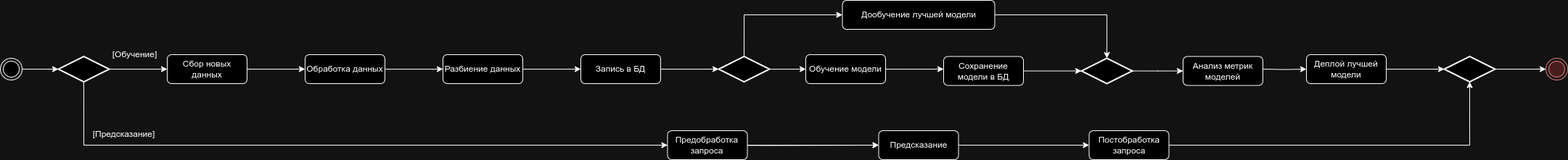
The draw.io diagram arch_lab_2/actions.png in comiam/emotion-detector, before a commit. Source tidied: cells renumbered, new cells last; positions are measured from the earlier drawing's top-left corner, leaving out a move shared by most shapes.
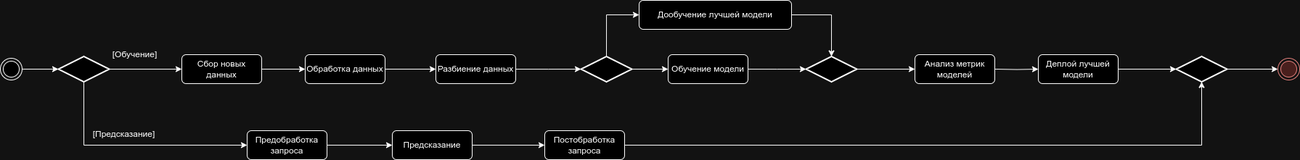
The same file after the commit.

The edit, as a diff of the source:
```diff
@@ -9,7 +9,7 @@
       <mxGeometry y="80" width="30" height="30" as="geometry" />
     </mxCell>
     <mxCell id="4" style="ellipse;html=1;shape=endState;fillColor=#f8cecc;strokeColor=#b85450;" parent="1" vertex="1">
-      <mxGeometry x="2130" y="80" width="30" height="30" as="geometry" />
+      <mxGeometry x="1760" y="80" width="30" height="30" as="geometry" />
     </mxCell>
     <mxCell id="5" style="edgeStyle=orthogonalEdgeStyle;rounded=0;jettySize=auto;html=1;entryX=0;entryY=0.5;entryDx=0;entryDy=0;" parent="1" edge="1" source="7" target="10">
       <mxGeometry relative="1" as="geometry" />
@@ -31,7 +31,7 @@
       <mxGeometry relative="1" as="geometry" />
     </mxCell>
     <mxCell id="10" value="Сбор новых данных" style="rounded=1;whiteSpace=wrap;html=1;" parent="1" vertex="1">
-      <mxGeometry x="230" y="75" width="110" height="40" as="geometry" />
+      <mxGeometry x="250" y="75" width="110" height="40" as="geometry" />
     </mxCell>
     <mxCell id="11" style="edgeStyle=orthogonalEdgeStyle;rounded=0;jettySize=auto;html=1;entryX=0;entryY=0.5;entryDx=0;entryDy=0;" parent="1" edge="1" source="12" target="36">
       <mxGeometry relative="1" as="geometry" />
@@ -39,12 +39,6 @@
     <mxCell id="12" value="Обработка данных" style="rounded=1;whiteSpace=wrap;html=1;" parent="1" vertex="1">
       <mxGeometry x="420" y="75" width="110" height="40" as="geometry" />
     </mxCell>
-    <mxCell id="13" style="edgeStyle=orthogonalEdgeStyle;rounded=0;jettySize=auto;html=1;entryX=0;entryY=0.5;entryDx=0;entryDy=0;entryPerimeter=0;" parent="1" edge="1" source="14" target="17">
-      <mxGeometry relative="1" as="geometry" />
-    </mxCell>
-    <mxCell id="14" value="Запись в БД" style="rounded=1;whiteSpace=wrap;html=1;" parent="1" vertex="1">
-      <mxGeometry x="800" y="75" width="110" height="40" as="geometry" />
-    </mxCell>
     <mxCell id="15" style="edgeStyle=orthogonalEdgeStyle;rounded=0;jettySize=auto;html=1;exitX=1;exitY=0.5;exitDx=0;exitDy=0;exitPerimeter=0;entryX=0;entryY=0.5;entryDx=0;entryDy=0;" parent="1" edge="1" source="17" target="18">
       <mxGeometry relative="1" as="geometry" />
     </mxCell>
@@ -52,46 +46,33 @@
       <mxGeometry relative="1" as="geometry" />
     </mxCell>
     <mxCell id="17" style="strokeWidth=2;html=1;shape=mxgraph.flowchart.decision;whiteSpace=wrap;" parent="1" vertex="1">
-      <mxGeometry x="990" y="77.5" width="70" height="35" as="geometry" />
+      <mxGeometry x="800" y="77.5" width="70" height="35" as="geometry" />
     </mxCell>
     <mxCell id="18" value="Обучение модели" style="rounded=1;whiteSpace=wrap;html=1;" parent="1" vertex="1">
-      <mxGeometry x="1110" y="75" width="110" height="40" as="geometry" />
+      <mxGeometry x="920" y="75" width="110" height="40" as="geometry" />
     </mxCell>
     <mxCell id="19" style="edgeStyle=orthogonalEdgeStyle;rounded=0;jettySize=auto;html=1;exitX=1;exitY=0.5;exitDx=0;exitDy=0;entryX=0;entryY=0.5;entryDx=0;entryDy=0;" parent="1" edge="1" source="18">
       <mxGeometry relative="1" as="geometry">
-        <mxPoint x="1300" y="95" as="targetPoint" />
+        <mxPoint x="1110" y="95" as="targetPoint" />
       </mxGeometry>
     </mxCell>
     <mxCell id="20" style="edgeStyle=orthogonalEdgeStyle;rounded=0;jettySize=auto;html=1;exitX=1;exitY=0.5;exitDx=0;exitDy=0;entryX=0.5;entryY=0;entryDx=0;entryDy=0;entryPerimeter=0;" parent="1" edge="1" source="21" target="37">
       <mxGeometry relative="1" as="geometry" />
     </mxCell>
     <mxCell id="21" value="Дообучение лучшей модели" style="rounded=1;whiteSpace=wrap;html=1;" parent="1" vertex="1">
-      <mxGeometry x="1160.5" width="210" height="40" as="geometry" />
+      <mxGeometry x="880" width="210" height="40" as="geometry" />
     </mxCell>
-    <mxCell id="22" style="edgeStyle=orthogonalEdgeStyle;rounded=0;jettySize=auto;html=1;exitX=1;exitY=0.5;exitDx=0;exitDy=0;entryX=0;entryY=0.5;entryDx=0;entryDy=0;" parent="1" edge="1" source="37" target="40">
-      <mxGeometry relative="1" as="geometry">
-        <Array as="points">
-          <mxPoint x="1595" y="98" />
-          <mxPoint x="1630" y="98" />
-        </Array>
-      </mxGeometry>
-    </mxCell>
-    <mxCell id="23" style="edgeStyle=orthogonalEdgeStyle;rounded=0;jettySize=auto;html=1;" parent="1" edge="1" target="32">
-      <mxGeometry relative="1" as="geometry">
-        <mxPoint x="910" y="200" as="sourcePoint" />
-      </mxGeometry>
-    </mxCell>
     <mxCell id="24" style="edgeStyle=orthogonalEdgeStyle;rounded=0;jettySize=auto;html=1;entryX=0;entryY=0.5;entryDx=0;entryDy=0;" parent="1" edge="1" source="25" target="32">
       <mxGeometry relative="1" as="geometry" />
     </mxCell>
     <mxCell id="25" value="Предобработка запроса" style="rounded=1;whiteSpace=wrap;html=1;" parent="1" vertex="1">
-      <mxGeometry x="919.5" y="180" width="110" height="40" as="geometry" />
+      <mxGeometry x="340" y="180" width="110" height="40" as="geometry" />
     </mxCell>
     <mxCell id="26" style="edgeStyle=orthogonalEdgeStyle;rounded=0;jettySize=auto;html=1;entryX=0;entryY=0.5;entryDx=0;entryDy=0;" parent="1" edge="1" source="27" target="4">
       <mxGeometry relative="1" as="geometry" />
     </mxCell>
     <mxCell id="27" style="strokeWidth=2;html=1;shape=mxgraph.flowchart.decision;whiteSpace=wrap;" parent="1" vertex="1">
-      <mxGeometry x="1990" y="77.5" width="70" height="35" as="geometry" />
+      <mxGeometry x="1620" y="77.5" width="70" height="35" as="geometry" />
     </mxCell>
     <mxCell id="28" value="[Предсказание]" style="text;html=1;align=center;verticalAlign=middle;strokeColor=none;fillColor=none;" parent="1" vertex="1">
       <mxGeometry x="115" y="170" width="110" height="30" as="geometry" />
@@ -100,45 +81,44 @@
       <mxGeometry relative="1" as="geometry" />
     </mxCell>
     <mxCell id="30" value="Деплой лучшей модели" style="rounded=1;whiteSpace=wrap;html=1;" parent="1" vertex="1">
-      <mxGeometry x="1800" y="75" width="110" height="40" as="geometry" />
+      <mxGeometry x="1430" y="75" width="110" height="40" as="geometry" />
     </mxCell>
     <mxCell id="31" style="edgeStyle=orthogonalEdgeStyle;rounded=0;jettySize=auto;html=1;exitX=1;exitY=0.5;exitDx=0;exitDy=0;" parent="1" edge="1" source="32" target="34">
       <mxGeometry relative="1" as="geometry" />
     </mxCell>
     <mxCell id="32" value="Предсказание" style="rounded=1;whiteSpace=wrap;html=1;" parent="1" vertex="1">
-      <mxGeometry x="1210.5" y="180" width="110" height="40" as="geometry" />
+      <mxGeometry x="540" y="180" width="110" height="40" as="geometry" />
     </mxCell>
     <mxCell id="33" style="edgeStyle=orthogonalEdgeStyle;rounded=0;jettySize=auto;html=1;entryX=0.5;entryY=1;entryDx=0;entryDy=0;entryPerimeter=0;" parent="1" edge="1" source="34" target="27">
       <mxGeometry relative="1" as="geometry" />
     </mxCell>
     <mxCell id="34" value="Постобработка запроса" style="rounded=1;whiteSpace=wrap;html=1;" parent="1" vertex="1">
-      <mxGeometry x="1500.5" y="180" width="110" height="40" as="geometry" />
+      <mxGeometry x="750" y="180" width="110" height="40" as="geometry" />
     </mxCell>
-    <mxCell id="35" style="edgeStyle=orthogonalEdgeStyle;rounded=0;jettySize=auto;html=1;entryX=0;entryY=0.5;entryDx=0;entryDy=0;" parent="1" edge="1" source="36" target="14">
-      <mxGeometry relative="1" as="geometry" />
+    <mxCell id="35" style="edgeStyle=orthogonalEdgeStyle;rounded=0;jettySize=auto;html=1;entryX=0;entryY=0.5;entryDx=0;entryDy=0;" parent="1" edge="1" source="36">
+      <mxGeometry relative="1" as="geometry">
+        <mxPoint x="800" y="95" as="targetPoint" />
+      </mxGeometry>
     </mxCell>
     <mxCell id="36" value="Разбиение данных" style="rounded=1;whiteSpace=wrap;html=1;" parent="1" vertex="1">
-      <mxGeometry x="610" y="75" width="110" height="40" as="geometry" />
+      <mxGeometry x="600" y="75" width="110" height="40" as="geometry" />
     </mxCell>
+    <mxCell id="22" style="edgeStyle=orthogonalEdgeStyle;rounded=0;jettySize=auto;html=1;" parent="1" edge="1" source="37" target="40">
+      <mxGeometry relative="1" as="geometry" />
+    </mxCell>
     <mxCell id="37" style="strokeWidth=2;html=1;shape=mxgraph.flowchart.decision;whiteSpace=wrap;" parent="1" vertex="1">
-      <mxGeometry x="1490" y="80" width="70" height="35" as="geometry" />
+      <mxGeometry x="1110" y="77.5" width="70" height="35" as="geometry" />
     </mxCell>
     <mxCell id="38" style="edgeStyle=orthogonalEdgeStyle;rounded=0;orthogonalLoop=1;jettySize=auto;html=1;exitX=0.5;exitY=1;exitDx=0;exitDy=0;exitPerimeter=0;" parent="1" edge="1" source="37" target="37">
       <mxGeometry relative="1" as="geometry" />
     </mxCell>
     <mxCell id="39" style="edgeStyle=orthogonalEdgeStyle;rounded=0;jettySize=auto;html=1;entryX=0;entryY=0.5;entryDx=0;entryDy=0;" parent="1" edge="1" target="30">
       <mxGeometry relative="1" as="geometry">
-        <mxPoint x="1740" y="95" as="sourcePoint" />
+        <mxPoint x="1370" y="95" as="sourcePoint" />
       </mxGeometry>
     </mxCell>
     <mxCell id="40" value="Анализ метрик моделей" style="rounded=1;whiteSpace=wrap;html=1;" parent="1" vertex="1">
-      <mxGeometry x="1630" y="77.5" width="110" height="40" as="geometry" />
+      <mxGeometry x="1260" y="75" width="110" height="40" as="geometry" />
     </mxCell>
-    <mxCell id="41" value="Сохранение модели в БД" style="rounded=1;whiteSpace=wrap;html=1;" parent="1" vertex="1">
-      <mxGeometry x="1300" y="77.5" width="110" height="40" as="geometry" />
-    </mxCell>
-    <mxCell id="42" style="edgeStyle=orthogonalEdgeStyle;rounded=0;jettySize=auto;html=1;entryX=0;entryY=0.5;entryDx=0;entryDy=0;entryPerimeter=0;" parent="1" edge="1" source="41" target="37">
-      <mxGeometry relative="1" as="geometry" />
-    </mxCell>
   </root>
 </mxGraphModel>
```
